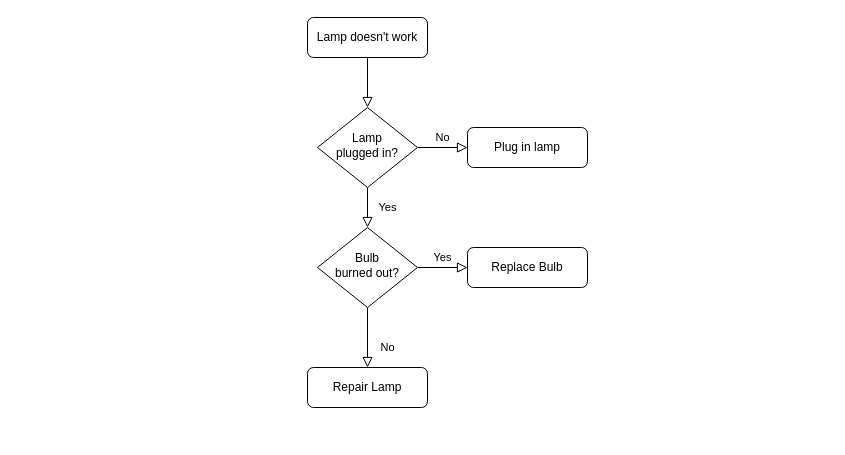
The draw.io diagram 未命名绘图.drawio in Dqc117266/WeatherForecast, before the edit. Source tidied: cells renumbered, new cells numbered last; positions are measured from the earlier drawing's top-left corner, leaving out a move shared by most shapes. Both pictures are drawn from the tidied source at 100%, with x=0, y=0 at pixel (307, 17).
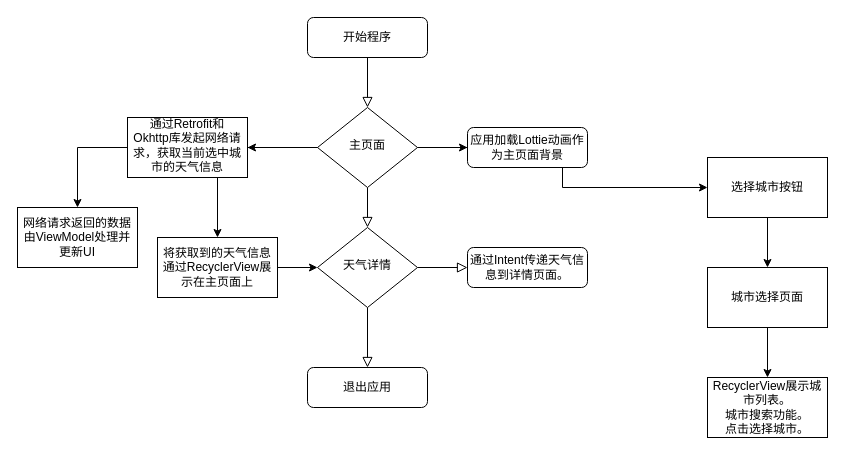
The same diagram, later.

Commit message:
更新未命名绘图.drawio

Change to the diagram source:
```diff
@@
-    <mxCell id="3" value="Lamp doesn't work" style="rounded=1;whiteSpace=wrap;html=1;fontSize=12;glass=0;strokeWidth=1;shadow=0;" parent="1" vertex="1">
+    <mxCell id="3" value="开始程序" style="rounded=1;whiteSpace=wrap;html=1;fontSize=12;glass=0;strokeWidth=1;shadow=0;" parent="1" vertex="1">
       <mxGeometry width="120" height="40" as="geometry" />
     </mxCell>
-    <mxCell id="4" value="Yes" style="rounded=0;html=1;jettySize=auto;fontSize=11;endArrow=block;endFill=0;endSize=8;strokeWidth=1;shadow=0;labelBackgroundColor=none;edgeStyle=orthogonalEdgeStyle;" parent="1" edge="1" source="6" target="10">
+    <mxCell id="4" style="rounded=0;html=1;jettySize=auto;fontSize=11;endArrow=block;endFill=0;endSize=8;strokeWidth=1;shadow=0;labelBackgroundColor=none;edgeStyle=orthogonalEdgeStyle;" parent="1" edge="1" source="6" target="10">
       <mxGeometry y="20" relative="1" as="geometry" />
     </mxCell>
-    <mxCell id="5" value="No" style="edgeStyle=orthogonalEdgeStyle;rounded=0;html=1;jettySize=auto;fontSize=11;endArrow=block;endFill=0;endSize=8;strokeWidth=1;shadow=0;labelBackgroundColor=none;" parent="1" edge="1" source="6" target="7">
-      <mxGeometry y="10" relative="1" as="geometry" />
+    <mxCell id="5" style="edgeStyle=orthogonalEdgeStyle;rounded=0;jettySize=auto;html=1;" parent="1" edge="1" source="6" target="7">
+      <mxGeometry relative="1" as="geometry" />
     </mxCell>
+    <mxCell id="13" style="edgeStyle=orthogonalEdgeStyle;rounded=0;jettySize=auto;html=1;" parent="1" edge="1" source="6" target="17">
+      <mxGeometry relative="1" as="geometry" />
+    </mxCell>
+    <mxCell id="14" style="edgeStyle=orthogonalEdgeStyle;rounded=0;jettySize=auto;html=1;" parent="1" edge="1" source="6" target="19">
+      <mxGeometry relative="1" as="geometry" />
+    </mxCell>
+    <mxCell id="15" style="edgeStyle=orthogonalEdgeStyle;rounded=0;jettySize=auto;html=1;" parent="1" edge="1" source="6" target="20">
+      <mxGeometry relative="1" as="geometry" />
+    </mxCell>
+    <mxCell id="16" style="edgeStyle=orthogonalEdgeStyle;rounded=0;jettySize=auto;html=1;" parent="1" edge="1" source="6" target="22">
+      <mxGeometry relative="1" as="geometry" />
+    </mxCell>
-    <mxCell id="6" value="Lamp&lt;br&gt;plugged in?" style="rhombus;whiteSpace=wrap;html=1;shadow=0;fontFamily=Helvetica;fontSize=12;align=center;strokeWidth=1;spacing=6;spacingTop=-4;" parent="1" vertex="1">
+    <mxCell id="6" value="主页面" style="rhombus;whiteSpace=wrap;html=1;shadow=0;fontFamily=Helvetica;fontSize=12;align=center;strokeWidth=1;spacing=6;spacingTop=-4;" parent="1" vertex="1">
       <mxGeometry x="10" y="90" width="100" height="80" as="geometry" />
     </mxCell>
-    <mxCell id="7" value="Plug in lamp" style="rounded=1;whiteSpace=wrap;html=1;fontSize=12;glass=0;strokeWidth=1;shadow=0;" parent="1" vertex="1">
+    <mxCell id="7" value="应用加载Lottie动画作为主页面背景" style="rounded=1;whiteSpace=wrap;html=1;fontSize=12;glass=0;strokeWidth=1;shadow=0;" parent="1" vertex="1">
       <mxGeometry x="160" y="110" width="120" height="40" as="geometry" />
     </mxCell>
-    <mxCell id="8" value="No" style="rounded=0;html=1;jettySize=auto;fontSize=11;endArrow=block;endFill=0;endSize=8;strokeWidth=1;shadow=0;labelBackgroundColor=none;edgeStyle=orthogonalEdgeStyle;" parent="1" edge="1" source="10" target="11">
+    <mxCell id="8" style="rounded=0;html=1;jettySize=auto;fontSize=11;endArrow=block;endFill=0;endSize=8;strokeWidth=1;shadow=0;labelBackgroundColor=none;edgeStyle=orthogonalEdgeStyle;" parent="1" edge="1" source="10" target="11">
       <mxGeometry x="0.33" y="20" relative="1" as="geometry" />
     </mxCell>
-    <mxCell id="9" value="Yes" style="edgeStyle=orthogonalEdgeStyle;rounded=0;html=1;jettySize=auto;fontSize=11;endArrow=block;endFill=0;endSize=8;strokeWidth=1;shadow=0;labelBackgroundColor=none;" parent="1" edge="1" source="10" target="12">
+    <mxCell id="9" style="edgeStyle=orthogonalEdgeStyle;rounded=0;html=1;jettySize=auto;fontSize=11;endArrow=block;endFill=0;endSize=8;strokeWidth=1;shadow=0;labelBackgroundColor=none;" parent="1" edge="1" source="10" target="12">
       <mxGeometry y="10" relative="1" as="geometry" />
     </mxCell>
-    <mxCell id="10" value="Bulb&lt;br&gt;burned out?" style="rhombus;whiteSpace=wrap;html=1;shadow=0;fontFamily=Helvetica;fontSize=12;align=center;strokeWidth=1;spacing=6;spacingTop=-4;" parent="1" vertex="1">
+    <mxCell id="10" value="天气详情" style="rhombus;whiteSpace=wrap;html=1;shadow=0;fontFamily=Helvetica;fontSize=12;align=center;strokeWidth=1;spacing=6;spacingTop=-4;" parent="1" vertex="1">
       <mxGeometry x="10" y="210" width="100" height="80" as="geometry" />
     </mxCell>
-    <mxCell id="11" value="Repair Lamp" style="rounded=1;whiteSpace=wrap;html=1;fontSize=12;glass=0;strokeWidth=1;shadow=0;" parent="1" vertex="1">
+    <mxCell id="11" value="退出应用" style="rounded=1;whiteSpace=wrap;html=1;fontSize=12;glass=0;strokeWidth=1;shadow=0;" parent="1" vertex="1">
       <mxGeometry y="350" width="120" height="40" as="geometry" />
     </mxCell>
-    <mxCell id="12" value="Replace Bulb" style="rounded=1;whiteSpace=wrap;html=1;fontSize=12;glass=0;strokeWidth=1;shadow=0;" parent="1" vertex="1">
+    <mxCell id="12" value="通过Intent传递天气信息到详情页面。" style="rounded=1;whiteSpace=wrap;html=1;fontSize=12;glass=0;strokeWidth=1;shadow=0;" parent="1" vertex="1">
       <mxGeometry x="160" y="230" width="120" height="40" as="geometry" />
     </mxCell>
+    <mxCell id="17" value="通过Retrofit和Okhttp库发起网络请求，获取当前选中城市的天气信息" style="whiteSpace=wrap;html=1;shadow=0;strokeWidth=1;spacing=6;spacingTop=-4;" parent="1" vertex="1">
+      <mxGeometry x="-180" y="100" width="120" height="60" as="geometry" />
+    </mxCell>
+    <mxCell id="18" style="edgeStyle=orthogonalEdgeStyle;rounded=0;jettySize=auto;html=1;" parent="1" edge="1" source="19" target="24">
+      <mxGeometry relative="1" as="geometry" />
+    </mxCell>
+    <mxCell id="19" value="选择城市按钮" style="rounded=0;whiteSpace=wrap;html=1;" parent="1" vertex="1">
+      <mxGeometry x="400" y="140" width="120" height="60" as="geometry" />
+    </mxCell>
+    <mxCell id="20" value="网络请求返回的数据由ViewModel处理并更新UI" style="rounded=0;whiteSpace=wrap;html=1;" parent="1" vertex="1">
+      <mxGeometry x="-290" y="190" width="120" height="60" as="geometry" />
+    </mxCell>
+    <mxCell id="21" style="edgeStyle=orthogonalEdgeStyle;rounded=0;jettySize=auto;html=1;" parent="1" edge="1" source="22" target="10">
+      <mxGeometry relative="1" as="geometry" />
+    </mxCell>
+    <mxCell id="22" value="将获取到的天气信息通过RecyclerView展示在主页面上" style="rounded=0;whiteSpace=wrap;html=1;" parent="1" vertex="1">
+      <mxGeometry x="-150" y="220" width="120" height="60" as="geometry" />
+    </mxCell>
+    <mxCell id="23" style="edgeStyle=orthogonalEdgeStyle;rounded=0;jettySize=auto;html=1;" parent="1" edge="1" source="24" target="25">
+      <mxGeometry relative="1" as="geometry" />
+    </mxCell>
+    <mxCell id="24" value="城市选择页面" style="rounded=0;whiteSpace=wrap;html=1;" parent="1" vertex="1">
+      <mxGeometry x="400" y="250" width="120" height="60" as="geometry" />
+    </mxCell>
+    <mxCell id="25" value="RecyclerView展示城市列表。&lt;div&gt;城市搜索功能。&lt;br&gt;&lt;/div&gt;&lt;div&gt;点击选择城市。&lt;br&gt;&lt;/div&gt;" style="rounded=0;whiteSpace=wrap;html=1;" parent="1" vertex="1">
+      <mxGeometry x="400" y="360" width="120" height="60" as="geometry" />
+    </mxCell>
```
